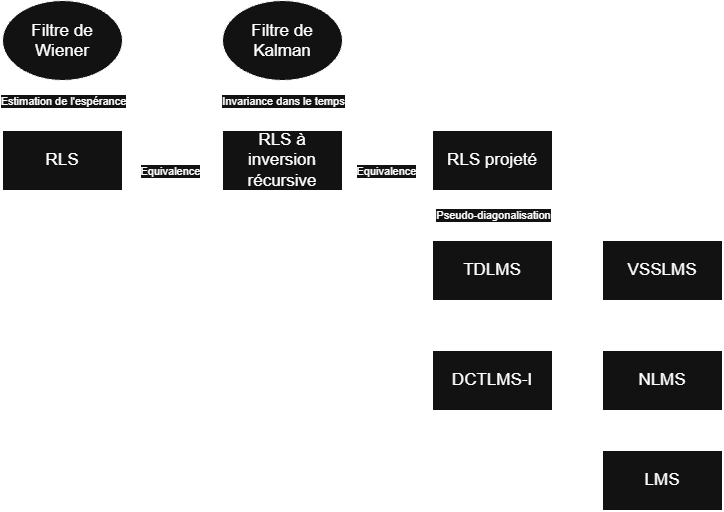
Before: Soutenance/public/images/Demarche.drawio.png, a diagram exported from draw.io (pbag47/Soutenance-these). Source tidied: cells renumbered, new cells last; positions are measured from the earlier drawing's top-left corner, leaving out a move shared by most shapes. Its diagram source:
```xml
<mxGraphModel>
  <root>
    <mxCell id="0" />
    <mxCell id="1" parent="0" />
    <mxCell id="2" value="&lt;font style=&quot;font-size: 17px;&quot;&gt;Filtre de Wiener&lt;/font&gt;" style="ellipse;whiteSpace=wrap;html=1;shapeInside=1;" parent="1" vertex="1">
      <mxGeometry width="120" height="80" as="geometry" />
    </mxCell>
    <mxCell id="3" style="edgeStyle=orthogonalEdgeStyle;rounded=0;jettySize=auto;html=1;exitX=0.5;exitY=1;exitDx=0;exitDy=0;entryX=0.5;entryY=0;entryDx=0;entryDy=0;" parent="1" edge="1" source="5" target="7">
      <mxGeometry relative="1" as="geometry" />
    </mxCell>
    <mxCell id="4" value="Invariance dans le temps" style="edgeLabel;html=1;align=center;verticalAlign=middle;" parent="3" vertex="1">
      <mxGeometry x="0.23" y="-2" relative="1" as="geometry">
        <mxPoint x="2" y="-11" as="offset" />
      </mxGeometry>
    </mxCell>
    <mxCell id="5" value="&lt;font style=&quot;font-size: 17px;&quot;&gt;Filtre de Kalman&lt;/font&gt;" style="ellipse;whiteSpace=wrap;html=1;shapeInside=1;" parent="1" vertex="1">
      <mxGeometry x="220" width="120" height="80" as="geometry" />
    </mxCell>
    <mxCell id="6" value="&lt;font style=&quot;font-size: 17px;&quot;&gt;RLS&lt;/font&gt;" style="rounded=0;whiteSpace=wrap;html=1;" parent="1" vertex="1">
      <mxGeometry y="130" width="120" height="60" as="geometry" />
    </mxCell>
    <mxCell id="7" value="&lt;font style=&quot;font-size: 17px;&quot;&gt;RLS à inversion récursive&lt;/font&gt;" style="rounded=0;whiteSpace=wrap;html=1;" parent="1" vertex="1">
      <mxGeometry x="220" y="130" width="120" height="60" as="geometry" />
    </mxCell>
    <mxCell id="8" style="edgeStyle=orthogonalEdgeStyle;rounded=0;jettySize=auto;html=1;exitX=0.5;exitY=1;exitDx=0;exitDy=0;entryX=0.5;entryY=0;entryDx=0;entryDy=0;" parent="1" edge="1" source="10" target="13">
      <mxGeometry relative="1" as="geometry" />
    </mxCell>
    <mxCell id="9" value="Pseudo-diagonalisation" style="edgeLabel;html=1;align=center;verticalAlign=middle;" parent="8" vertex="1">
      <mxGeometry x="-0.23" y="2" relative="1" as="geometry">
        <mxPoint x="-2" y="5" as="offset" />
      </mxGeometry>
    </mxCell>
    <mxCell id="10" value="&lt;font style=&quot;font-size: 17px;&quot;&gt;RLS projeté&lt;/font&gt;" style="rounded=0;whiteSpace=wrap;html=1;" parent="1" vertex="1">
      <mxGeometry x="430" y="130" width="120" height="60" as="geometry" />
    </mxCell>
    <mxCell id="11" style="edgeStyle=orthogonalEdgeStyle;rounded=0;jettySize=auto;html=1;entryX=0.5;entryY=0;entryDx=0;entryDy=0;defaultLabelBackgroundColor=gap;" parent="1" edge="1" source="13" target="25">
      <mxGeometry relative="1" as="geometry" />
    </mxCell>
    <mxCell id="12" style="edgeStyle=orthogonalEdgeStyle;rounded=0;jettySize=auto;html=1;exitX=0.5;exitY=1;exitDx=0;exitDy=0;entryX=0.25;entryY=0;entryDx=0;entryDy=0;defaultLabelBackgroundColor=gap;" parent="1" edge="1" source="13" target="16">
      <mxGeometry relative="1" as="geometry" />
    </mxCell>
    <mxCell id="13" value="&lt;font style=&quot;font-size: 17px;&quot;&gt;TDLMS&lt;/font&gt;" style="rounded=0;whiteSpace=wrap;html=1;" parent="1" vertex="1">
      <mxGeometry x="430" y="240" width="120" height="60" as="geometry" />
    </mxCell>
    <mxCell id="14" style="edgeStyle=orthogonalEdgeStyle;rounded=0;jettySize=auto;html=1;exitX=0.25;exitY=1;exitDx=0;exitDy=0;entryX=0.25;entryY=0;entryDx=0;entryDy=0;defaultLabelBackgroundColor=gap;" parent="1" edge="1" source="16" target="18">
      <mxGeometry relative="1" as="geometry" />
    </mxCell>
    <mxCell id="15" style="edgeStyle=orthogonalEdgeStyle;rounded=0;jettySize=auto;html=1;exitX=0.5;exitY=0;exitDx=0;exitDy=0;entryX=0.5;entryY=1;entryDx=0;entryDy=0;defaultLabelBackgroundColor=gap;" parent="1" edge="1" source="16" target="26">
      <mxGeometry relative="1" as="geometry" />
    </mxCell>
    <mxCell id="16" value="&lt;font style=&quot;font-size: 17px;&quot;&gt;NLMS&lt;/font&gt;" style="rounded=0;whiteSpace=wrap;html=1;" parent="1" vertex="1">
      <mxGeometry x="600" y="350" width="120" height="60" as="geometry" />
    </mxCell>
    <mxCell id="17" style="edgeStyle=orthogonalEdgeStyle;rounded=0;jettySize=auto;html=1;exitX=0.75;exitY=0;exitDx=0;exitDy=0;entryX=0.75;entryY=1;entryDx=0;entryDy=0;defaultLabelBackgroundColor=gap;" parent="1" edge="1" source="18" target="16">
      <mxGeometry relative="1" as="geometry" />
    </mxCell>
    <mxCell id="18" value="&lt;font style=&quot;font-size: 17px;&quot;&gt;LMS&lt;/font&gt;" style="rounded=0;whiteSpace=wrap;html=1;" parent="1" vertex="1">
      <mxGeometry x="600" y="450" width="120" height="60" as="geometry" />
    </mxCell>
    <mxCell id="19" style="endArrow=classic;html=1;rounded=0;entryX=0.5;entryY=0;entryDx=0;entryDy=0;exitX=0.5;exitY=1;exitDx=0;exitDy=0;" parent="1" edge="1" source="2" target="6">
      <mxGeometry relative="1" as="geometry" />
    </mxCell>
    <mxCell id="20" value="Estimation de l'espérance" style="edgeLabel;html=1;align=center;verticalAlign=middle;" parent="19" vertex="1">
      <mxGeometry x="0.04" y="1" relative="1" as="geometry">
        <mxPoint x="-1" y="-6" as="offset" />
      </mxGeometry>
    </mxCell>
    <mxCell id="21" style="endArrow=classic;startArrow=classic;html=1;rounded=0;exitX=1;exitY=0.5;exitDx=0;exitDy=0;entryX=0;entryY=0.5;entryDx=0;entryDy=0;" parent="1" edge="1" source="6" target="7">
      <mxGeometry relative="1" as="geometry" />
    </mxCell>
    <mxCell id="22" value="Equivalence" style="edgeLabel;html=1;align=center;verticalAlign=middle;" parent="21" vertex="1">
      <mxGeometry x="-0.06" relative="1" as="geometry">
        <mxPoint y="10" as="offset" />
      </mxGeometry>
    </mxCell>
    <mxCell id="23" style="endArrow=classic;startArrow=classic;html=1;rounded=0;entryX=0;entryY=0.5;entryDx=0;entryDy=0;exitX=1;exitY=0.5;exitDx=0;exitDy=0;" parent="1" edge="1" source="7" target="10">
      <mxGeometry relative="1" as="geometry" />
    </mxCell>
    <mxCell id="24" value="Equivalence" style="edgeLabel;html=1;align=center;verticalAlign=middle;" parent="23" vertex="1">
      <mxGeometry x="-0.02" y="1" relative="1" as="geometry">
        <mxPoint y="11" as="offset" />
      </mxGeometry>
    </mxCell>
    <mxCell id="25" value="&lt;font style=&quot;font-size: 17px;&quot;&gt;DCTLMS-I&lt;/font&gt;" style="rounded=0;whiteSpace=wrap;html=1;" parent="1" vertex="1">
      <mxGeometry x="430" y="350" width="120" height="60" as="geometry" />
    </mxCell>
    <mxCell id="26" value="&lt;span style=&quot;font-size: 17px;&quot;&gt;VSSLMS&lt;/span&gt;" style="rounded=0;whiteSpace=wrap;html=1;" parent="1" vertex="1">
      <mxGeometry x="600" y="240" width="120" height="60" as="geometry" />
    </mxCell>
  </root>
</mxGraphModel>
```
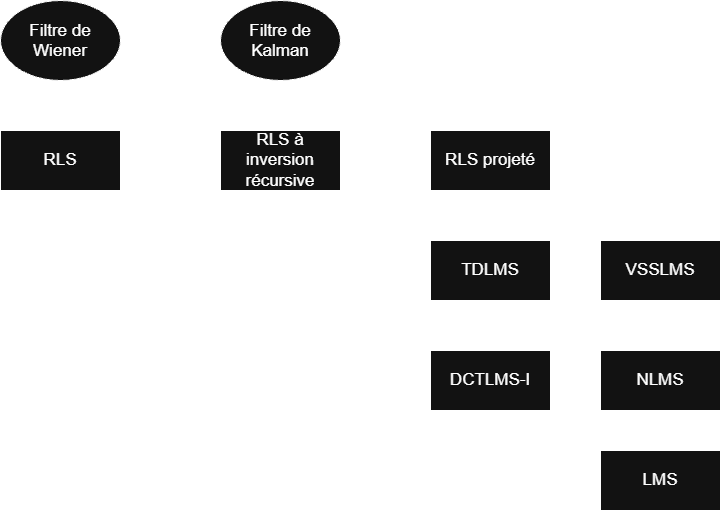
The same diagram one commit later.

The edit, as a diff of the source:
```diff
@@ -8,11 +8,6 @@
     <mxCell id="3" style="edgeStyle=orthogonalEdgeStyle;rounded=0;jettySize=auto;html=1;exitX=0.5;exitY=1;exitDx=0;exitDy=0;entryX=0.5;entryY=0;entryDx=0;entryDy=0;" parent="1" edge="1" source="5" target="7">
       <mxGeometry relative="1" as="geometry" />
     </mxCell>
-    <mxCell id="4" value="Invariance dans le temps" style="edgeLabel;html=1;align=center;verticalAlign=middle;" parent="3" vertex="1">
-      <mxGeometry x="0.23" y="-2" relative="1" as="geometry">
-        <mxPoint x="2" y="-11" as="offset" />
-      </mxGeometry>
-    </mxCell>
     <mxCell id="5" value="&lt;font style=&quot;font-size: 17px;&quot;&gt;Filtre de Kalman&lt;/font&gt;" style="ellipse;whiteSpace=wrap;html=1;shapeInside=1;" parent="1" vertex="1">
       <mxGeometry x="220" width="120" height="80" as="geometry" />
     </mxCell>
@@ -25,11 +20,6 @@
     <mxCell id="8" style="edgeStyle=orthogonalEdgeStyle;rounded=0;jettySize=auto;html=1;exitX=0.5;exitY=1;exitDx=0;exitDy=0;entryX=0.5;entryY=0;entryDx=0;entryDy=0;" parent="1" edge="1" source="10" target="13">
       <mxGeometry relative="1" as="geometry" />
     </mxCell>
-    <mxCell id="9" value="Pseudo-diagonalisation" style="edgeLabel;html=1;align=center;verticalAlign=middle;" parent="8" vertex="1">
-      <mxGeometry x="-0.23" y="2" relative="1" as="geometry">
-        <mxPoint x="-2" y="5" as="offset" />
-      </mxGeometry>
-    </mxCell>
     <mxCell id="10" value="&lt;font style=&quot;font-size: 17px;&quot;&gt;RLS projeté&lt;/font&gt;" style="rounded=0;whiteSpace=wrap;html=1;" parent="1" vertex="1">
       <mxGeometry x="430" y="130" width="120" height="60" as="geometry" />
     </mxCell>
@@ -42,16 +32,13 @@
     <mxCell id="13" value="&lt;font style=&quot;font-size: 17px;&quot;&gt;TDLMS&lt;/font&gt;" style="rounded=0;whiteSpace=wrap;html=1;" parent="1" vertex="1">
       <mxGeometry x="430" y="240" width="120" height="60" as="geometry" />
     </mxCell>
-    <mxCell id="14" style="edgeStyle=orthogonalEdgeStyle;rounded=0;jettySize=auto;html=1;exitX=0.25;exitY=1;exitDx=0;exitDy=0;entryX=0.25;entryY=0;entryDx=0;entryDy=0;defaultLabelBackgroundColor=gap;" parent="1" edge="1" source="16" target="18">
-      <mxGeometry relative="1" as="geometry" />
-    </mxCell>
     <mxCell id="15" style="edgeStyle=orthogonalEdgeStyle;rounded=0;jettySize=auto;html=1;exitX=0.5;exitY=0;exitDx=0;exitDy=0;entryX=0.5;entryY=1;entryDx=0;entryDy=0;defaultLabelBackgroundColor=gap;" parent="1" edge="1" source="16" target="26">
       <mxGeometry relative="1" as="geometry" />
     </mxCell>
     <mxCell id="16" value="&lt;font style=&quot;font-size: 17px;&quot;&gt;NLMS&lt;/font&gt;" style="rounded=0;whiteSpace=wrap;html=1;" parent="1" vertex="1">
       <mxGeometry x="600" y="350" width="120" height="60" as="geometry" />
     </mxCell>
-    <mxCell id="17" style="edgeStyle=orthogonalEdgeStyle;rounded=0;jettySize=auto;html=1;exitX=0.75;exitY=0;exitDx=0;exitDy=0;entryX=0.75;entryY=1;entryDx=0;entryDy=0;defaultLabelBackgroundColor=gap;" parent="1" edge="1" source="18" target="16">
+    <mxCell id="17" style="edgeStyle=orthogonalEdgeStyle;rounded=0;jettySize=auto;html=1;defaultLabelBackgroundColor=page;" parent="1" edge="1" source="18" target="16">
       <mxGeometry relative="1" as="geometry" />
     </mxCell>
     <mxCell id="18" value="&lt;font style=&quot;font-size: 17px;&quot;&gt;LMS&lt;/font&gt;" style="rounded=0;whiteSpace=wrap;html=1;" parent="1" vertex="1">
@@ -60,27 +47,12 @@
     <mxCell id="19" style="endArrow=classic;html=1;rounded=0;entryX=0.5;entryY=0;entryDx=0;entryDy=0;exitX=0.5;exitY=1;exitDx=0;exitDy=0;" parent="1" edge="1" source="2" target="6">
       <mxGeometry relative="1" as="geometry" />
     </mxCell>
-    <mxCell id="20" value="Estimation de l'espérance" style="edgeLabel;html=1;align=center;verticalAlign=middle;" parent="19" vertex="1">
-      <mxGeometry x="0.04" y="1" relative="1" as="geometry">
-        <mxPoint x="-1" y="-6" as="offset" />
-      </mxGeometry>
-    </mxCell>
     <mxCell id="21" style="endArrow=classic;startArrow=classic;html=1;rounded=0;exitX=1;exitY=0.5;exitDx=0;exitDy=0;entryX=0;entryY=0.5;entryDx=0;entryDy=0;" parent="1" edge="1" source="6" target="7">
       <mxGeometry relative="1" as="geometry" />
     </mxCell>
-    <mxCell id="22" value="Equivalence" style="edgeLabel;html=1;align=center;verticalAlign=middle;" parent="21" vertex="1">
-      <mxGeometry x="-0.06" relative="1" as="geometry">
-        <mxPoint y="10" as="offset" />
-      </mxGeometry>
-    </mxCell>
     <mxCell id="23" style="endArrow=classic;startArrow=classic;html=1;rounded=0;entryX=0;entryY=0.5;entryDx=0;entryDy=0;exitX=1;exitY=0.5;exitDx=0;exitDy=0;" parent="1" edge="1" source="7" target="10">
       <mxGeometry relative="1" as="geometry" />
     </mxCell>
-    <mxCell id="24" value="Equivalence" style="edgeLabel;html=1;align=center;verticalAlign=middle;" parent="23" vertex="1">
-      <mxGeometry x="-0.02" y="1" relative="1" as="geometry">
-        <mxPoint y="11" as="offset" />
-      </mxGeometry>
-    </mxCell>
     <mxCell id="25" value="&lt;font style=&quot;font-size: 17px;&quot;&gt;DCTLMS-I&lt;/font&gt;" style="rounded=0;whiteSpace=wrap;html=1;" parent="1" vertex="1">
       <mxGeometry x="430" y="350" width="120" height="60" as="geometry" />
     </mxCell>
```
